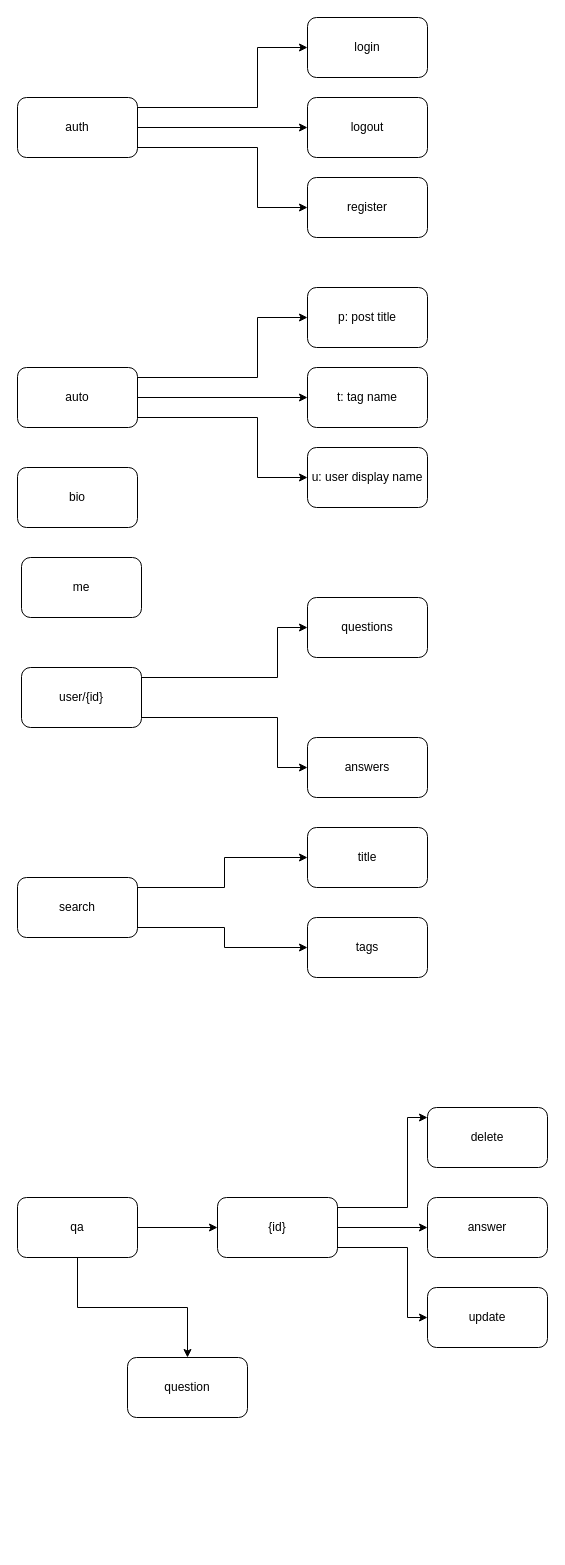
Above: api.drawio in Abhay478/STEX (draw.io), before the change. Source tidied: cells renumbered, new cells numbered last; positions are measured from the earlier drawing's top-left corner, leaving out a move shared by most shapes. Both pictures are drawn from the tidied source at 100%, with x=0, y=0 at pixel (17, 17).
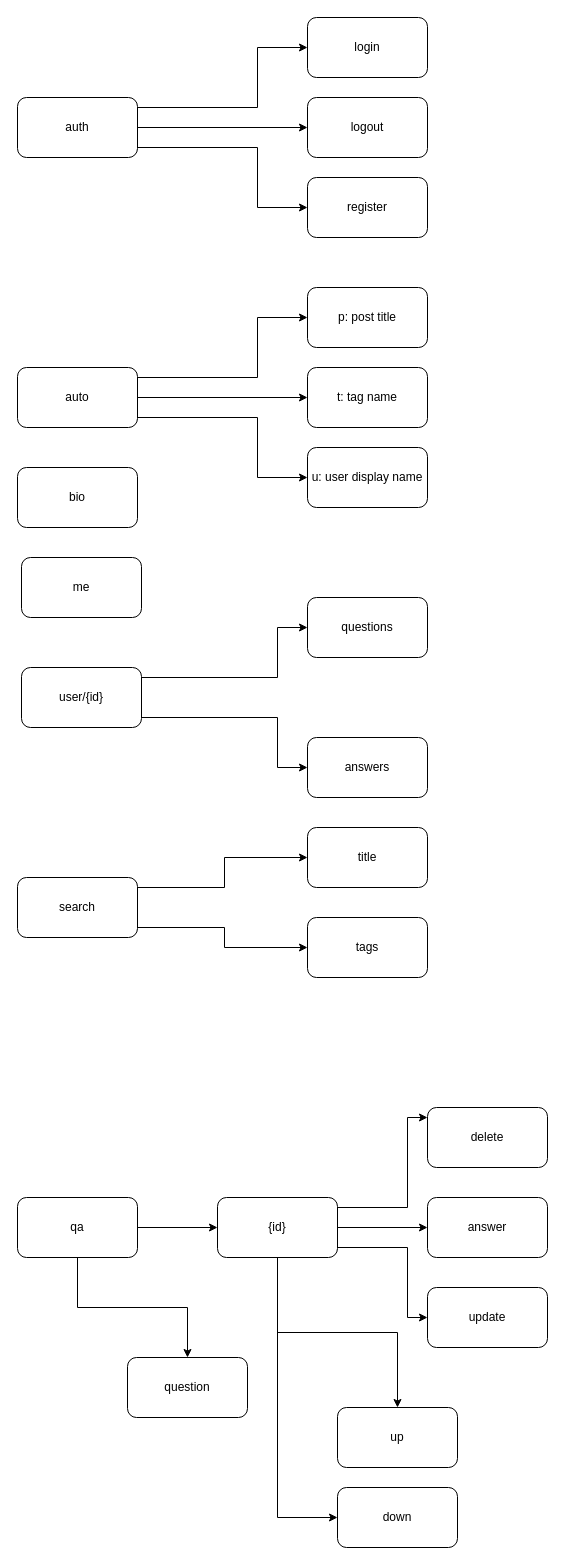
Above is the later version.

Unchanged cells that the change refers to:
```xml
<mxCell id="34" value="{id}" style="rounded=1;whiteSpace=wrap;html=1;" parent="1" vertex="1">
  <mxGeometry x="200" y="1180" width="120" height="60" as="geometry" />
</mxCell>
```

What changed in the source:
```diff
@@
+    <mxCell id="39" style="edgeStyle=orthogonalEdgeStyle;rounded=0;jettySize=auto;html=1;" parent="1" edge="1" source="34" target="41">
+      <mxGeometry relative="1" as="geometry" />
+    </mxCell>
+    <mxCell id="40" style="edgeStyle=orthogonalEdgeStyle;rounded=0;jettySize=auto;html=1;" parent="1" edge="1" source="34" target="42">
+      <mxGeometry relative="1" as="geometry">
+        <Array as="points">
+          <mxPoint x="260" y="1500" />
+        </Array>
+      </mxGeometry>
+    </mxCell>
@@
+    <mxCell id="41" value="up&lt;br&gt;" style="rounded=1;whiteSpace=wrap;html=1;" parent="1" vertex="1">
+      <mxGeometry x="320" y="1390" width="120" height="60" as="geometry" />
+    </mxCell>
+    <mxCell id="42" value="down" style="rounded=1;whiteSpace=wrap;html=1;" parent="1" vertex="1">
+      <mxGeometry x="320" y="1470" width="120" height="60" as="geometry" />
+    </mxCell>
```
